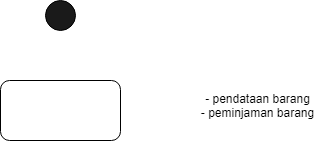
johannfac/aplikasipeminjamanaset keeps this draw.io diagram as diagrams/Activity Diagram.drawio.png. Above is the earlier version. Source tidied: cells renumbered, new cells last; positions are measured from the earlier drawing's top-left corner, leaving out a move shared by most shapes.
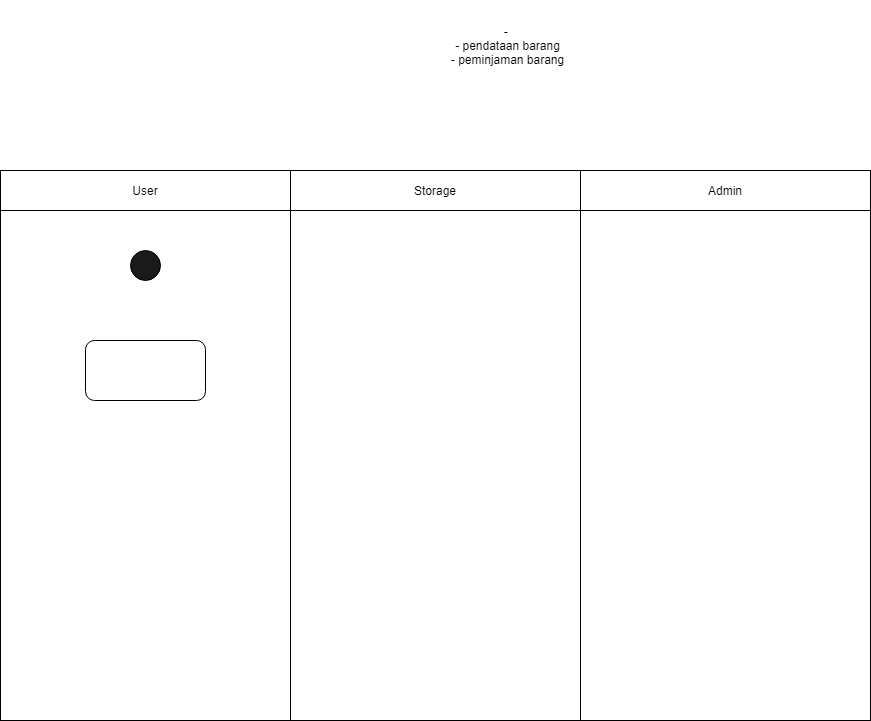
After the change.

Diff of the diagram source:
```diff
@@ -2,14 +2,32 @@
   <root>
     <mxCell id="0" />
     <mxCell id="1" parent="0" />
+    <mxCell id="5" style="rounded=0;whiteSpace=wrap;html=1;fillColor=#FFFFFF;" parent="1" vertex="1">
+      <mxGeometry x="205" y="-70" width="290" height="510" as="geometry" />
+    </mxCell>
+    <mxCell id="6" style="rounded=0;whiteSpace=wrap;html=1;fillColor=#FFFFFF;" parent="1" vertex="1">
+      <mxGeometry x="-85" y="-70" width="290" height="510" as="geometry" />
+    </mxCell>
     <mxCell id="2" style="ellipse;whiteSpace=wrap;html=1;fillColor=#1A1A1A;" parent="1" vertex="1">
-      <mxGeometry x="45" width="30" height="30" as="geometry" />
+      <mxGeometry x="45" y="-30" width="30" height="30" as="geometry" />
     </mxCell>
     <mxCell id="3" style="rounded=1;whiteSpace=wrap;html=1;fillColor=#FFFFFF;" parent="1" vertex="1">
-      <mxGeometry y="80" width="120" height="60" as="geometry" />
+      <mxGeometry y="60" width="120" height="60" as="geometry" />
     </mxCell>
-    <mxCell id="4" value="- pendataan barang&lt;br&gt;- peminjaman barang" style="text;html=1;strokeColor=none;fillColor=none;align=center;verticalAlign=middle;whiteSpace=wrap;rounded=0;" parent="1" vertex="1">
-      <mxGeometry x="190" y="60" width="135" height="90" as="geometry" />
+    <mxCell id="4" value="-&amp;nbsp;&lt;br&gt;- pendataan barang&lt;br&gt;- peminjaman barang" style="text;html=1;strokeColor=none;fillColor=none;align=center;verticalAlign=middle;whiteSpace=wrap;rounded=0;" parent="1" vertex="1">
+      <mxGeometry x="355" y="-280" width="135" height="90" as="geometry" />
     </mxCell>
+    <mxCell id="7" value="User" style="rounded=0;whiteSpace=wrap;html=1;fillColor=#FFFFFF;" parent="1" vertex="1">
+      <mxGeometry x="-85" y="-110" width="290" height="40" as="geometry" />
+    </mxCell>
+    <mxCell id="8" value="Storage" style="rounded=0;whiteSpace=wrap;html=1;fillColor=#FFFFFF;" parent="1" vertex="1">
+      <mxGeometry x="205" y="-110" width="290" height="40" as="geometry" />
+    </mxCell>
+    <mxCell id="9" value="Admin" style="rounded=0;whiteSpace=wrap;html=1;fillColor=#FFFFFF;" parent="1" vertex="1">
+      <mxGeometry x="495" y="-110" width="290" height="40" as="geometry" />
+    </mxCell>
+    <mxCell id="10" style="rounded=0;whiteSpace=wrap;html=1;fillColor=#FFFFFF;" parent="1" vertex="1">
+      <mxGeometry x="495" y="-70" width="290" height="510" as="geometry" />
+    </mxCell>
   </root>
 </mxGraphModel>
```
